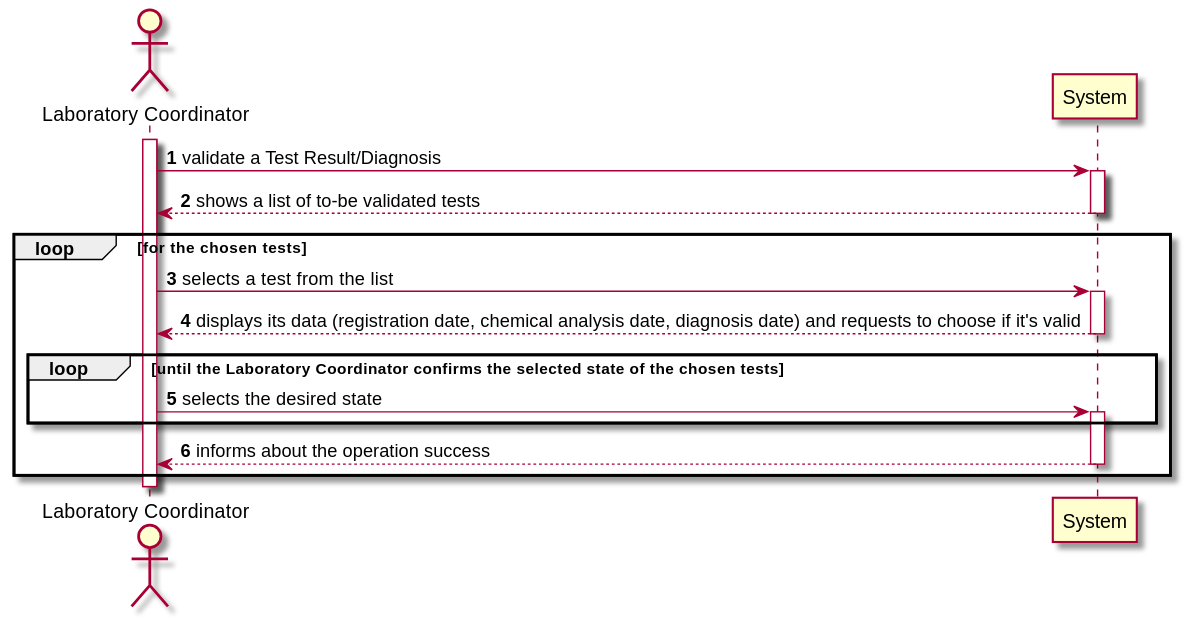
0franciscor/lei-21-s2-1de-g19 keeps this PlantUML diagram as docs/SprintC/US15/US15-SSD.svg. Above is the earlier version. Its diagram source:
```plantuml
@startuml
autonumber

actor "Laboratory Coordinator" as labC
activate labC

labC -> System ++: validate a Test Result/Diagnosis
System --> labC --: shows a list of to-be validated tests
loop for the chosen tests
labC -> System ++: selects a test from the list
System -->  labC --: displays its data (registration date, chemical analysis date, diagnosis date) and requests to choose if it's valid
loop until the Laboratory Coordinator confirms the selected state of the chosen tests
labC ->  System ++: selects the desired state
end
System --> labC --: informs about the operation success
end

@enduml
```
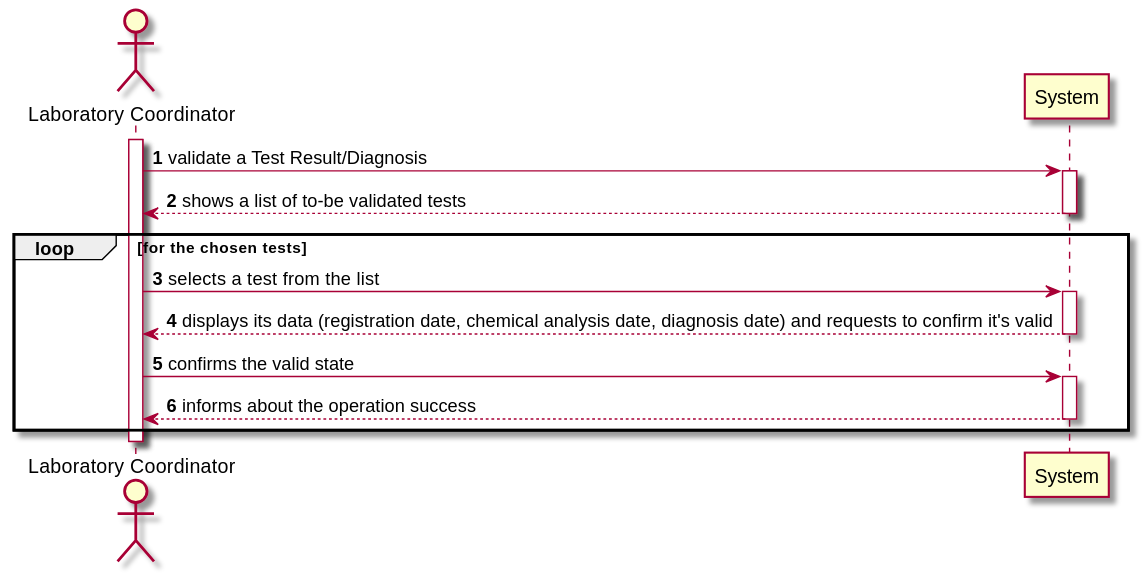
The same diagram one commit later.

What changed in the source:
```diff
@@ -8,10 +8,8 @@
 System --> labC --: shows a list of to-be validated tests
 loop for the chosen tests
 labC -> System ++: selects a test from the list
-System -->  labC --: displays its data (registration date, chemical analysis date, diagnosis date) and requests to choose if it's valid
-loop until the Laboratory Coordinator confirms the selected state of the chosen tests
-labC ->  System ++: selects the desired state
-end
+System -->  labC --: displays its data (registration date, chemical analysis date, diagnosis date) and requests to confirm it's valid
+labC ->  System ++: confirms the valid state
 System --> labC --: informs about the operation success
 end
 
```
